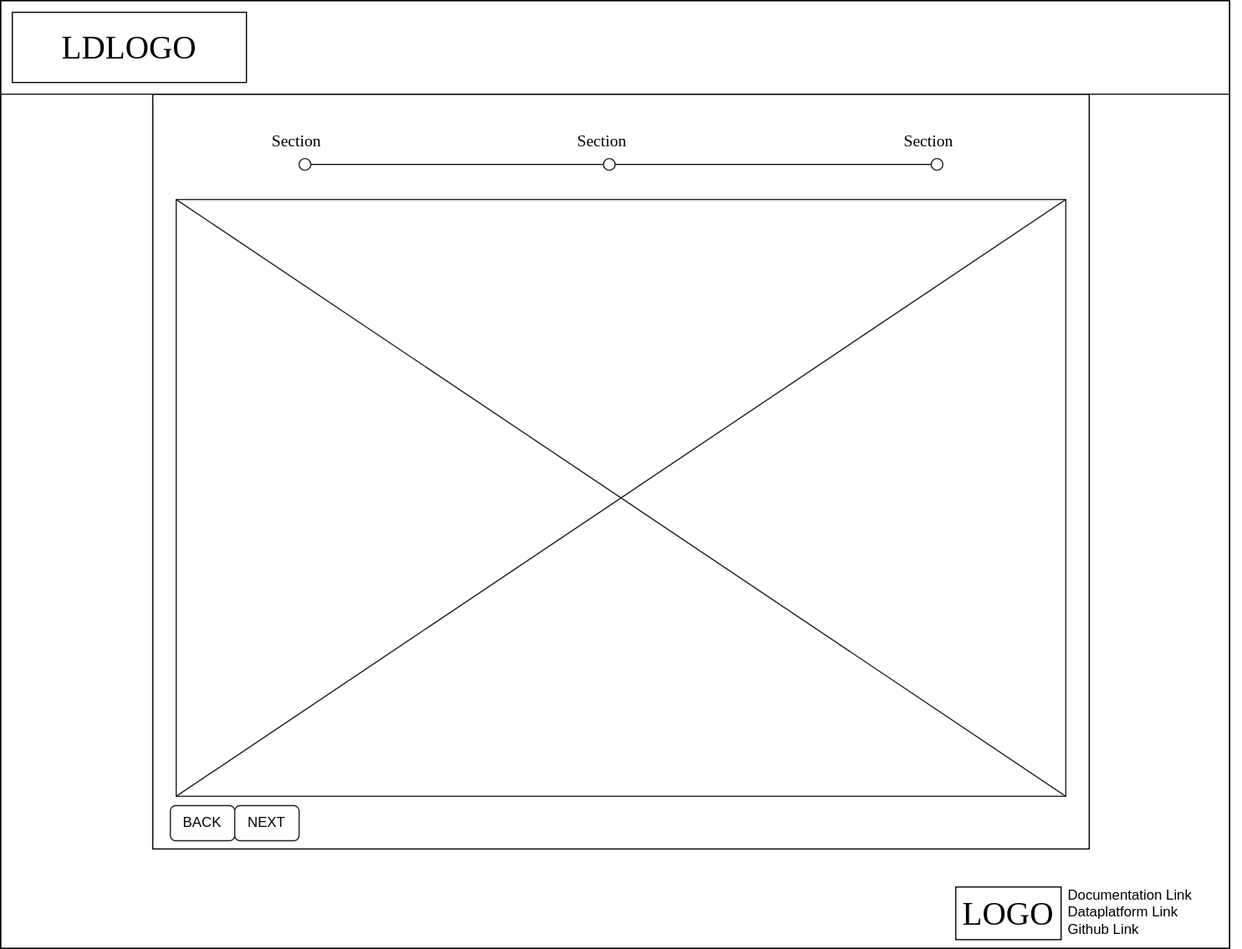
Earlier version of the draw.io export docs/img/GeneralUserInterface.svg (pldn/LDWizard-old). Source tidied: cells renumbered, new cells last; positions are measured from the earlier drawing's top-left corner, leaving out a move shared by most shapes.
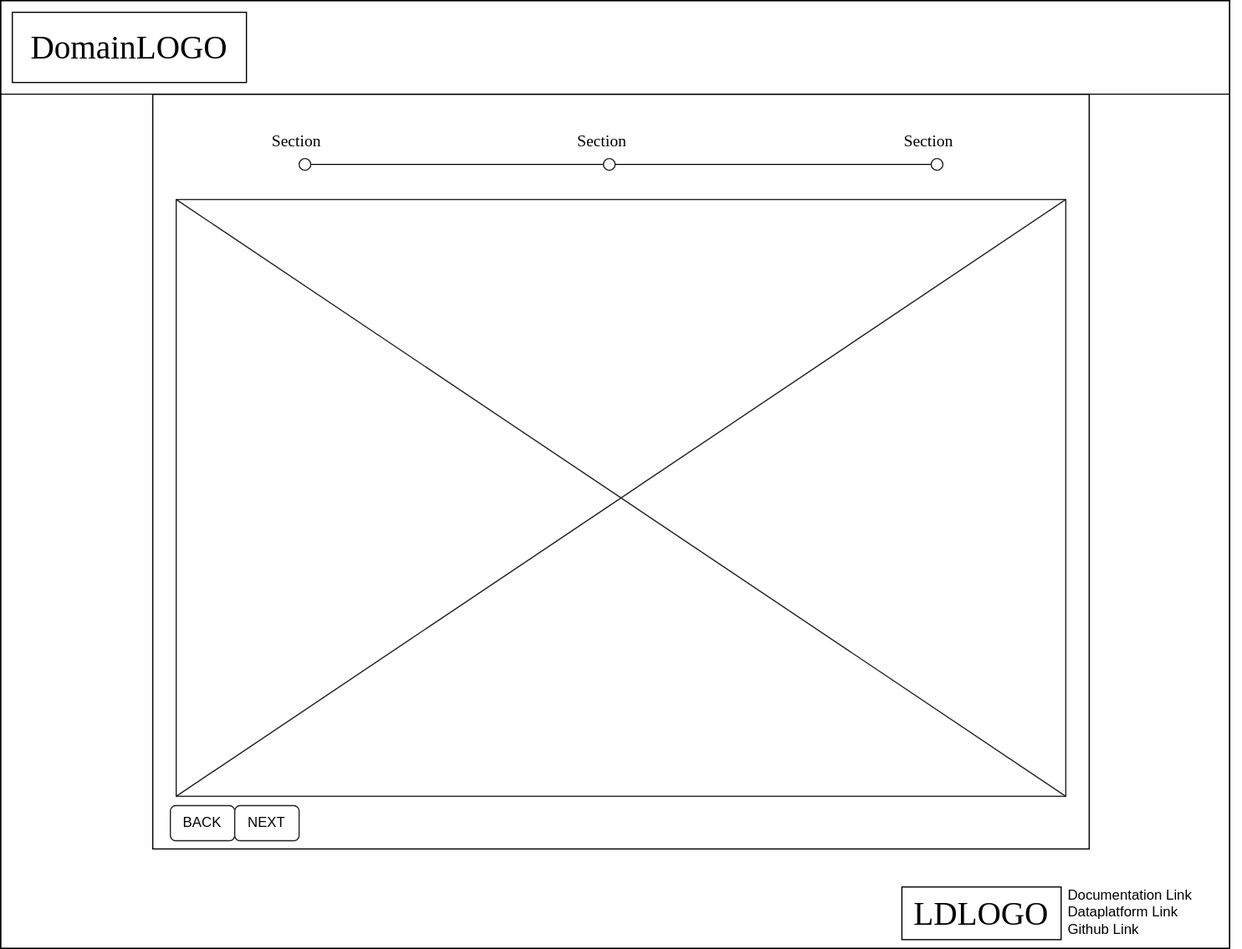
After the change.

Diff of the diagram source:
```diff
@@ -54,7 +54,7 @@
     <mxCell id="17" style="whiteSpace=wrap;html=1;rounded=0;shadow=0;labelBackgroundColor=none;strokeColor=#000000;strokeWidth=1;fillColor=none;fontFamily=Verdana;fontSize=12;fontColor=#000000;align=center;comic=0;" parent="1" vertex="1">
       <mxGeometry width="1050" height="810" as="geometry" />
     </mxCell>
-    <mxCell id="18" value="LDLOGO" style="whiteSpace=wrap;html=1;rounded=0;shadow=0;labelBackgroundColor=none;strokeWidth=1;fontFamily=Verdana;fontSize=28;align=center;comic=0;" parent="1" vertex="1">
+    <mxCell id="18" value="DomainLOGO" style="whiteSpace=wrap;html=1;rounded=0;shadow=0;labelBackgroundColor=none;strokeWidth=1;fontFamily=Verdana;fontSize=28;align=center;comic=0;" parent="1" vertex="1">
       <mxGeometry x="10" y="10" width="200" height="60" as="geometry" />
     </mxCell>
     <mxCell id="19" style="whiteSpace=wrap;html=1;rounded=0;shadow=0;labelBackgroundColor=none;strokeWidth=1;fillColor=none;fontFamily=Verdana;fontSize=12;align=center;comic=0;" parent="1" vertex="1">
@@ -100,8 +100,8 @@
     <mxCell id="30" value="Documentation Link&lt;div&gt;Dataplatform Link&lt;/div&gt;&lt;div&gt;Github Link&lt;br&gt;&lt;/div&gt;" style="text;html=1;strokeColor=none;fillColor=none;align=left;verticalAlign=middle;whiteSpace=wrap;rounded=0;comic=0;" parent="1" vertex="1">
       <mxGeometry x="910" y="753.5" width="150" height="50" as="geometry" />
     </mxCell>
-    <mxCell id="31" value="LOGO" style="whiteSpace=wrap;html=1;rounded=0;shadow=0;labelBackgroundColor=none;strokeWidth=1;fontFamily=Verdana;fontSize=28;align=center;comic=0;" parent="1" vertex="1">
-      <mxGeometry x="816" y="757.5" width="90" height="45" as="geometry" />
+    <mxCell id="31" value="LDLOGO" style="whiteSpace=wrap;html=1;rounded=0;shadow=0;labelBackgroundColor=none;strokeWidth=1;fontFamily=Verdana;fontSize=28;align=center;comic=0;" parent="1" vertex="1">
+      <mxGeometry x="770" y="757.5" width="136" height="45" as="geometry" />
     </mxCell>
     <mxCell id="32" value="&lt;font style=&quot;font-size: 12px&quot;&gt;BACK&lt;/font&gt;" style="rounded=1;whiteSpace=wrap;html=1;comic=0;strokeColor=#212121;" parent="1" vertex="1">
       <mxGeometry x="145" y="688" width="55" height="30" as="geometry" />
```
